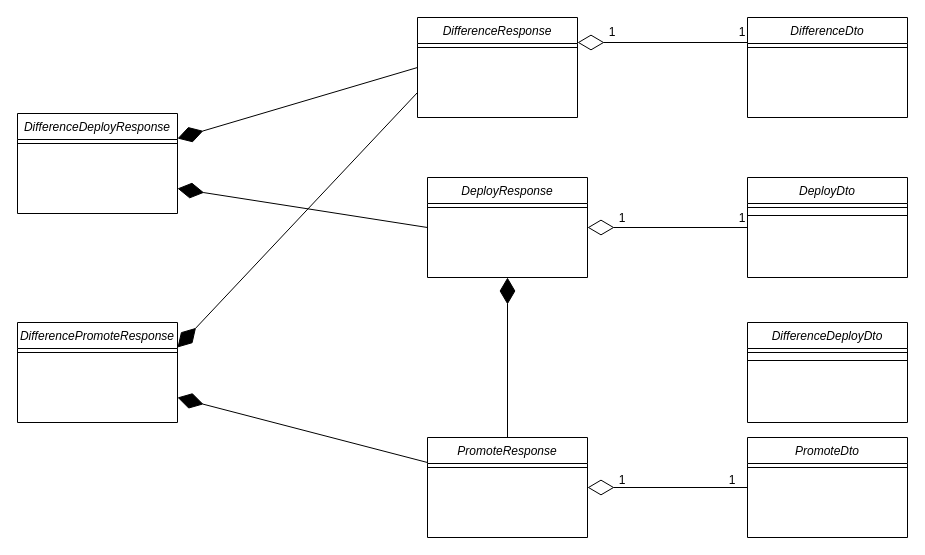
Above: application-diagrams/casino/technical/diff-calculator-and-deployer/ClassDiagram.drawio in rohit23ahuja/draw-io (draw.io), before the change. Source tidied: cells renumbered, new cells numbered last; positions are measured from the earlier drawing's top-left corner, leaving out a move shared by most shapes. Both pictures are drawn from the tidied source at 100%, with x=0, y=0 at pixel (17, 17).
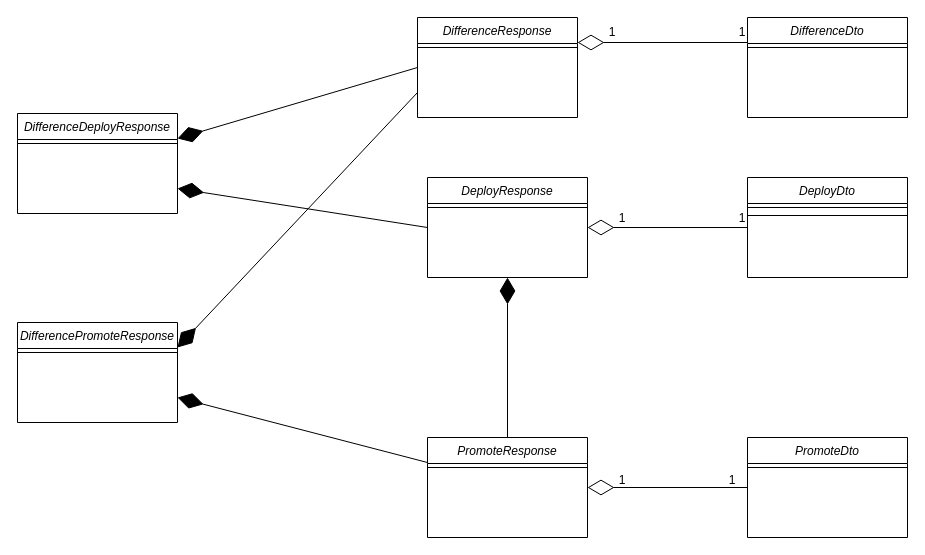
Above is the later version.

The edit, as a diff of the source:
```diff
@@
-    <mxCell id="33" value="DifferenceDeployDto" style="swimlane;fontStyle=2;align=center;verticalAlign=top;horizontal=1;startSize=26;rounded=0;shadow=0;strokeWidth=1;" parent="1" vertex="1">
-      <mxGeometry x="730" y="305" width="160" height="100" as="geometry" />
-    </mxCell>
-    <mxCell id="34" style="line;html=1;strokeWidth=1;align=left;verticalAlign=middle;spacingTop=-1;spacingLeft=3;spacingRight=3;labelPosition=right;" parent="33" vertex="1">
-      <mxGeometry y="26" width="160" height="8" as="geometry" />
-    </mxCell>
-    <mxCell id="35" style="line;html=1;strokeWidth=1;align=left;verticalAlign=middle;spacingTop=-1;spacingLeft=3;spacingRight=3;labelPosition=right;" parent="33" vertex="1">
-      <mxGeometry y="34" width="160" height="8" as="geometry" />
-    </mxCell>
```
